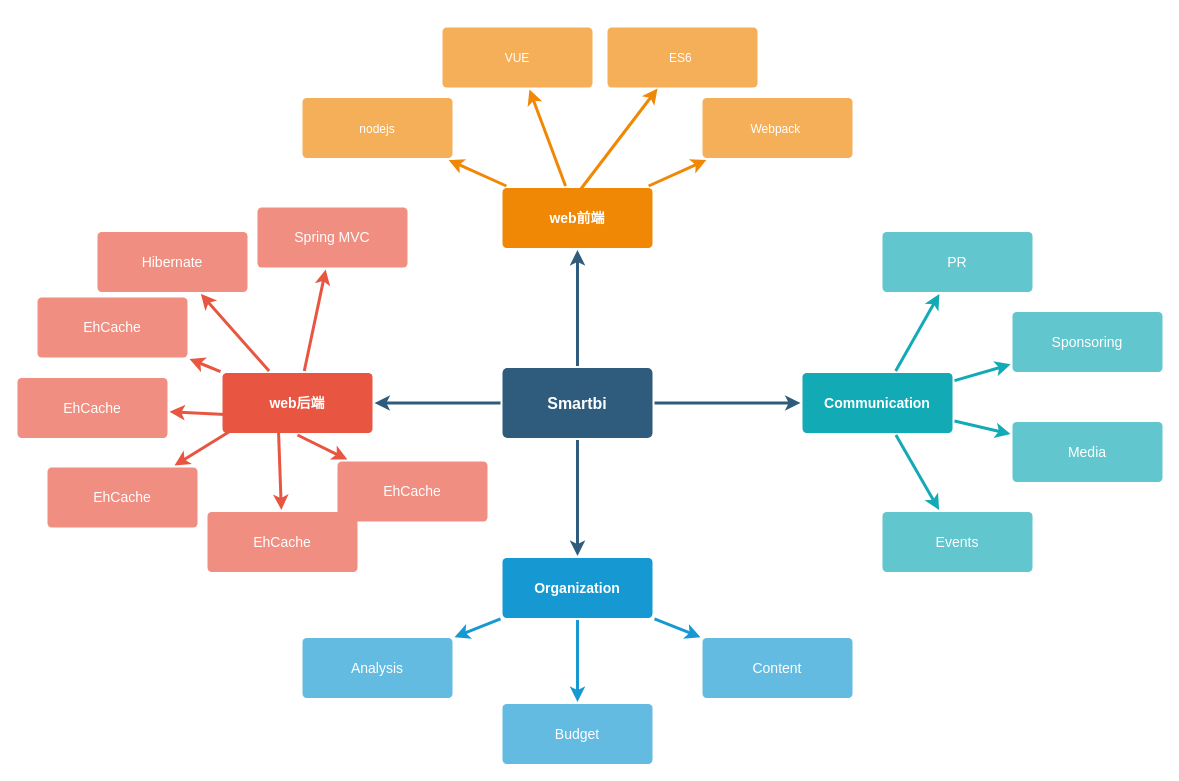
Earlier version of the draw.io diagram dir2/技术栈2.drawio (liangrui1988/diagrams). Source tidied: cells renumbered, new cells numbered last; positions are measured from the earlier drawing's top-left corner, leaving out a move shared by most shapes. Both pictures are drawn from the tidied source at 100%, with x=0, y=0 at pixel (17, 27).
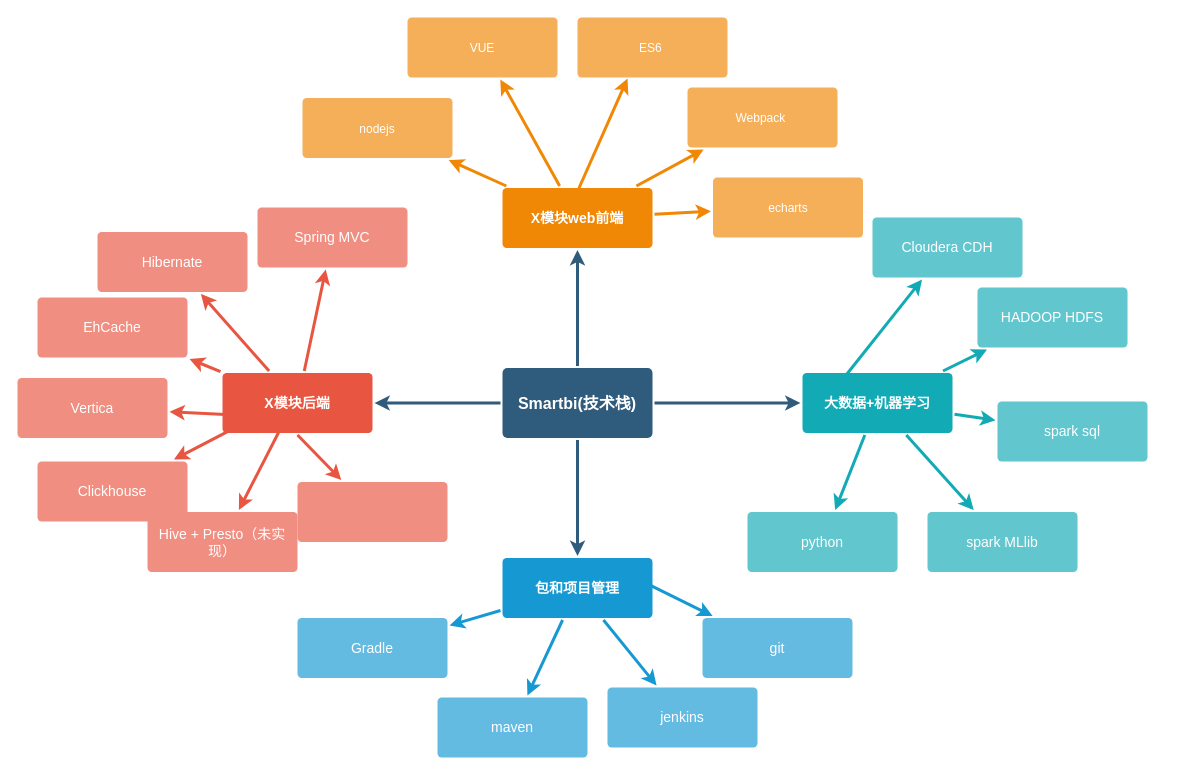
Above is the later version.

The edit, as a diff of the source:
```diff
@@
-    <mxCell id="6" value="Smartbi" style="rounded=1;whiteSpace=wrap;html=1;shadow=0;labelBackgroundColor=none;strokeColor=none;strokeWidth=3;fillColor=#2F5B7C;fontFamily=Helvetica;fontSize=16;fontColor=#FFFFFF;align=center;fontStyle=1;spacing=5;arcSize=7;perimeterSpacing=2;" parent="1" vertex="1">
+    <mxCell id="6" value="Smartbi(技术栈)" style="rounded=1;whiteSpace=wrap;html=1;shadow=0;labelBackgroundColor=none;strokeColor=none;strokeWidth=3;fillColor=#2F5B7C;fontFamily=Helvetica;fontSize=16;fontColor=#FFFFFF;align=center;fontStyle=1;spacing=5;arcSize=7;perimeterSpacing=2;" parent="1" vertex="1">
       <mxGeometry x="485" y="340.5" width="150" height="70" as="geometry" />
     </mxCell>
@@
-    <mxCell id="10" value="web后端" style="rounded=1;whiteSpace=wrap;html=1;shadow=0;labelBackgroundColor=none;strokeColor=none;strokeWidth=3;fillColor=#e85642;fontFamily=Helvetica;fontSize=14;fontColor=#FFFFFF;align=center;spacing=5;fontStyle=1;arcSize=7;perimeterSpacing=2;" parent="1" vertex="1">
+    <mxCell id="10" value="X模块后端" style="rounded=1;whiteSpace=wrap;html=1;shadow=0;labelBackgroundColor=none;strokeColor=none;strokeWidth=3;fillColor=#e85642;fontFamily=Helvetica;fontSize=14;fontColor=#FFFFFF;align=center;spacing=5;fontStyle=1;arcSize=7;perimeterSpacing=2;" parent="1" vertex="1">
       <mxGeometry x="205" y="345.5" width="150" height="60" as="geometry" />
     </mxCell>
@@
-    <mxCell id="17" value="Organization" style="rounded=1;whiteSpace=wrap;html=1;shadow=0;labelBackgroundColor=none;strokeColor=none;strokeWidth=3;fillColor=#1699d3;fontFamily=Helvetica;fontSize=14;fontColor=#FFFFFF;align=center;spacing=5;fontStyle=1;arcSize=7;perimeterSpacing=2;" parent="1" vertex="1">
+    <mxCell id="17" value="包和项目管理" style="rounded=1;whiteSpace=wrap;html=1;shadow=0;labelBackgroundColor=none;strokeColor=none;strokeWidth=3;fillColor=#1699d3;fontFamily=Helvetica;fontSize=14;fontColor=#FFFFFF;align=center;spacing=5;fontStyle=1;arcSize=7;perimeterSpacing=2;" parent="1" vertex="1">
       <mxGeometry x="485" y="530.5" width="150" height="60" as="geometry" />
     </mxCell>
-    <mxCell id="18" value="Content" style="rounded=1;whiteSpace=wrap;html=1;shadow=0;labelBackgroundColor=none;strokeColor=none;strokeWidth=3;fillColor=#64bbe2;fontFamily=Helvetica;fontSize=14;fontColor=#FFFFFF;align=center;spacing=5;arcSize=7;perimeterSpacing=2;" parent="1" vertex="1">
-      <mxGeometry x="685" y="610.5" width="150" height="60" as="geometry" />
+    <mxCell id="18" value="jenkins" style="rounded=1;whiteSpace=wrap;html=1;shadow=0;labelBackgroundColor=none;strokeColor=none;strokeWidth=3;fillColor=#64bbe2;fontFamily=Helvetica;fontSize=14;fontColor=#FFFFFF;align=center;spacing=5;arcSize=7;perimeterSpacing=2;" parent="1" vertex="1">
+      <mxGeometry x="590" y="660" width="150" height="60" as="geometry" />
     </mxCell>
-    <mxCell id="19" value="Budget" style="rounded=1;whiteSpace=wrap;html=1;shadow=0;labelBackgroundColor=none;strokeColor=none;strokeWidth=3;fillColor=#64bbe2;fontFamily=Helvetica;fontSize=14;fontColor=#FFFFFF;align=center;spacing=5;arcSize=7;perimeterSpacing=2;" parent="1" vertex="1">
-      <mxGeometry x="485" y="676.5" width="150" height="60" as="geometry" />
+    <mxCell id="19" value="maven" style="rounded=1;whiteSpace=wrap;html=1;shadow=0;labelBackgroundColor=none;strokeColor=none;strokeWidth=3;fillColor=#64bbe2;fontFamily=Helvetica;fontSize=14;fontColor=#FFFFFF;align=center;spacing=5;arcSize=7;perimeterSpacing=2;" parent="1" vertex="1">
+      <mxGeometry x="420" y="670" width="150" height="60" as="geometry" />
     </mxCell>
-    <mxCell id="20" value="Analysis" style="rounded=1;whiteSpace=wrap;html=1;shadow=0;labelBackgroundColor=none;strokeColor=none;strokeWidth=3;fillColor=#64bbe2;fontFamily=Helvetica;fontSize=14;fontColor=#FFFFFF;align=center;spacing=5;arcSize=7;perimeterSpacing=2;" parent="1" vertex="1">
-      <mxGeometry x="285" y="610.5" width="150" height="60" as="geometry" />
+    <mxCell id="20" value="Gradle" style="rounded=1;whiteSpace=wrap;html=1;shadow=0;labelBackgroundColor=none;strokeColor=none;strokeWidth=3;fillColor=#64bbe2;fontFamily=Helvetica;fontSize=14;fontColor=#FFFFFF;align=center;spacing=5;arcSize=7;perimeterSpacing=2;" parent="1" vertex="1">
+      <mxGeometry x="280" y="590.5" width="150" height="60" as="geometry" />
     </mxCell>
-    <mxCell id="21" value="web前端" style="rounded=1;whiteSpace=wrap;html=1;shadow=0;labelBackgroundColor=none;strokeColor=none;strokeWidth=3;fillColor=#F08705;fontFamily=Helvetica;fontSize=14;fontColor=#FFFFFF;align=center;spacing=5;fontStyle=1;arcSize=7;perimeterSpacing=2;" parent="1" vertex="1">
+    <mxCell id="21" value="X模块web前端" style="rounded=1;whiteSpace=wrap;html=1;shadow=0;labelBackgroundColor=none;strokeColor=none;strokeWidth=3;fillColor=#F08705;fontFamily=Helvetica;fontSize=14;fontColor=#FFFFFF;align=center;spacing=5;fontStyle=1;arcSize=7;perimeterSpacing=2;" parent="1" vertex="1">
       <mxGeometry x="485" y="160.5" width="150" height="60" as="geometry" />
     </mxCell>
     <mxCell id="22" value="&lt;span style=&quot;font-size: 12px&quot;&gt;Webpack&amp;nbsp;&lt;/span&gt;" style="rounded=1;whiteSpace=wrap;html=1;shadow=0;labelBackgroundColor=none;strokeColor=none;strokeWidth=3;fillColor=#f5af58;fontFamily=Helvetica;fontSize=14;fontColor=#FFFFFF;align=center;spacing=5;arcSize=7;perimeterSpacing=2;" parent="1" vertex="1">
-      <mxGeometry x="685" y="70.5" width="150" height="60" as="geometry" />
+      <mxGeometry x="670" y="60" width="150" height="60" as="geometry" />
     </mxCell>
@@
     <mxCell id="24" value="&lt;span style=&quot;font-size: 12px&quot;&gt;VUE&lt;/span&gt;" style="rounded=1;whiteSpace=wrap;html=1;shadow=0;labelBackgroundColor=none;strokeColor=none;strokeWidth=3;fillColor=#f5af58;fontFamily=Helvetica;fontSize=14;fontColor=#FFFFFF;align=center;spacing=5;arcSize=7;perimeterSpacing=2;" parent="1" vertex="1">
-      <mxGeometry x="425" width="150" height="60" as="geometry" />
+      <mxGeometry x="390" y="-10" width="150" height="60" as="geometry" />
     </mxCell>
@@
-    <mxCell id="28" value="Communication" style="rounded=1;whiteSpace=wrap;html=1;shadow=0;labelBackgroundColor=none;strokeColor=none;strokeWidth=3;fillColor=#12aab5;fontFamily=Helvetica;fontSize=14;fontColor=#FFFFFF;align=center;spacing=5;fontStyle=1;arcSize=7;perimeterSpacing=2;" parent="1" vertex="1">
+    <mxCell id="28" value="大数据+机器学习" style="rounded=1;whiteSpace=wrap;html=1;shadow=0;labelBackgroundColor=none;strokeColor=none;strokeWidth=3;fillColor=#12aab5;fontFamily=Helvetica;fontSize=14;fontColor=#FFFFFF;align=center;spacing=5;fontStyle=1;arcSize=7;perimeterSpacing=2;" parent="1" vertex="1">
       <mxGeometry x="785" y="345.5" width="150" height="60" as="geometry" />
     </mxCell>
-    <mxCell id="29" value="Events" style="rounded=1;whiteSpace=wrap;html=1;shadow=0;labelBackgroundColor=none;strokeColor=none;strokeWidth=3;fillColor=#61c6ce;fontFamily=Helvetica;fontSize=14;fontColor=#FFFFFF;align=center;spacing=5;fontStyle=0;arcSize=7;perimeterSpacing=2;" parent="1" vertex="1">
-      <mxGeometry x="865" y="484.5" width="150" height="60" as="geometry" />
+    <mxCell id="29" value="python" style="rounded=1;whiteSpace=wrap;html=1;shadow=0;labelBackgroundColor=none;strokeColor=none;strokeWidth=3;fillColor=#61c6ce;fontFamily=Helvetica;fontSize=14;fontColor=#FFFFFF;align=center;spacing=5;fontStyle=0;arcSize=7;perimeterSpacing=2;" parent="1" vertex="1">
+      <mxGeometry x="730" y="484.5" width="150" height="60" as="geometry" />
     </mxCell>
@@
-    <mxCell id="31" value="Media" style="rounded=1;whiteSpace=wrap;html=1;shadow=0;labelBackgroundColor=none;strokeColor=none;strokeWidth=3;fillColor=#61c6ce;fontFamily=Helvetica;fontSize=14;fontColor=#FFFFFF;align=center;spacing=5;fontStyle=0;arcSize=7;perimeterSpacing=2;" parent="1" vertex="1">
-      <mxGeometry x="995" y="394.5" width="150" height="60" as="geometry" />
+    <mxCell id="31" value="spark MLlib" style="rounded=1;whiteSpace=wrap;html=1;shadow=0;labelBackgroundColor=none;strokeColor=none;strokeWidth=3;fillColor=#61c6ce;fontFamily=Helvetica;fontSize=14;fontColor=#FFFFFF;align=center;spacing=5;fontStyle=0;arcSize=7;perimeterSpacing=2;" parent="1" vertex="1">
+      <mxGeometry x="910" y="484.5" width="150" height="60" as="geometry" />
     </mxCell>
@@
-    <mxCell id="33" value="Sponsoring" style="rounded=1;whiteSpace=wrap;html=1;shadow=0;labelBackgroundColor=none;strokeColor=none;strokeWidth=3;fillColor=#61c6ce;fontFamily=Helvetica;fontSize=14;fontColor=#FFFFFF;align=center;spacing=5;fontStyle=0;arcSize=7;perimeterSpacing=2;" parent="1" vertex="1">
-      <mxGeometry x="995" y="284.5" width="150" height="60" as="geometry" />
+    <mxCell id="33" value="spark sql" style="rounded=1;whiteSpace=wrap;html=1;shadow=0;labelBackgroundColor=none;strokeColor=none;strokeWidth=3;fillColor=#61c6ce;fontFamily=Helvetica;fontSize=14;fontColor=#FFFFFF;align=center;spacing=5;fontStyle=0;arcSize=7;perimeterSpacing=2;" parent="1" vertex="1">
+      <mxGeometry x="980" y="374" width="150" height="60" as="geometry" />
     </mxCell>
@@
-    <mxCell id="35" value="PR" style="rounded=1;whiteSpace=wrap;html=1;shadow=0;labelBackgroundColor=none;strokeColor=none;strokeWidth=3;fillColor=#61c6ce;fontFamily=Helvetica;fontSize=14;fontColor=#FFFFFF;align=center;spacing=5;fontStyle=0;arcSize=7;perimeterSpacing=2;" parent="1" vertex="1">
-      <mxGeometry x="865" y="204.5" width="150" height="60" as="geometry" />
+    <mxCell id="35" value="HADOOP HDFS" style="rounded=1;whiteSpace=wrap;html=1;shadow=0;labelBackgroundColor=none;strokeColor=none;strokeWidth=3;fillColor=#61c6ce;fontFamily=Helvetica;fontSize=14;fontColor=#FFFFFF;align=center;spacing=5;fontStyle=0;arcSize=7;perimeterSpacing=2;" parent="1" vertex="1">
+      <mxGeometry x="960" y="260" width="150" height="60" as="geometry" />
     </mxCell>
@@
     <mxCell id="37" value="&lt;span style=&quot;font-size: 12px&quot;&gt;ES6&amp;nbsp;&lt;/span&gt;" style="rounded=1;whiteSpace=wrap;html=1;shadow=0;labelBackgroundColor=none;strokeColor=none;strokeWidth=3;fillColor=#f5af58;fontFamily=Helvetica;fontSize=14;fontColor=#FFFFFF;align=center;spacing=5;arcSize=7;perimeterSpacing=2;" parent="1" vertex="1">
-      <mxGeometry x="590" width="150" height="60" as="geometry" />
+      <mxGeometry x="560" y="-10" width="150" height="60" as="geometry" />
     </mxCell>
@@
-    <mxCell id="40" value="EhCache" style="rounded=1;whiteSpace=wrap;html=1;shadow=0;labelBackgroundColor=none;strokeColor=none;strokeWidth=3;fillColor=#f08e81;fontFamily=Helvetica;fontSize=14;fontColor=#FFFFFF;align=center;spacing=5;fontStyle=0;arcSize=7;perimeterSpacing=2;" parent="1" vertex="1">
-      <mxGeometry x="320" y="434" width="150" height="60" as="geometry" />
+    <mxCell id="40" style="rounded=1;whiteSpace=wrap;html=1;shadow=0;labelBackgroundColor=none;strokeColor=none;strokeWidth=3;fillColor=#f08e81;fontFamily=Helvetica;fontSize=14;fontColor=#FFFFFF;align=center;spacing=5;fontStyle=0;arcSize=7;perimeterSpacing=2;" parent="1" vertex="1">
+      <mxGeometry x="280" y="454.5" width="150" height="60" as="geometry" />
     </mxCell>
@@
-    <mxCell id="42" value="EhCache" style="rounded=1;whiteSpace=wrap;html=1;shadow=0;labelBackgroundColor=none;strokeColor=none;strokeWidth=3;fillColor=#f08e81;fontFamily=Helvetica;fontSize=14;fontColor=#FFFFFF;align=center;spacing=5;fontStyle=0;arcSize=7;perimeterSpacing=2;" parent="1" vertex="1">
+    <mxCell id="42" value="Vertica" style="rounded=1;whiteSpace=wrap;html=1;shadow=0;labelBackgroundColor=none;strokeColor=none;strokeWidth=3;fillColor=#f08e81;fontFamily=Helvetica;fontSize=14;fontColor=#FFFFFF;align=center;spacing=5;fontStyle=0;arcSize=7;perimeterSpacing=2;" parent="1" vertex="1">
       <mxGeometry y="350.5" width="150" height="60" as="geometry" />
     </mxCell>
@@
-    <mxCell id="44" value="EhCache" style="rounded=1;whiteSpace=wrap;html=1;shadow=0;labelBackgroundColor=none;strokeColor=none;strokeWidth=3;fillColor=#f08e81;fontFamily=Helvetica;fontSize=14;fontColor=#FFFFFF;align=center;spacing=5;fontStyle=0;arcSize=7;perimeterSpacing=2;" parent="1" vertex="1">
-      <mxGeometry x="30" y="440" width="150" height="60" as="geometry" />
+    <mxCell id="44" value="Clickhouse" style="rounded=1;whiteSpace=wrap;html=1;shadow=0;labelBackgroundColor=none;strokeColor=none;strokeWidth=3;fillColor=#f08e81;fontFamily=Helvetica;fontSize=14;fontColor=#FFFFFF;align=center;spacing=5;fontStyle=0;arcSize=7;perimeterSpacing=2;" parent="1" vertex="1">
+      <mxGeometry x="20" y="434" width="150" height="60" as="geometry" />
     </mxCell>
@@
-    <mxCell id="46" value="EhCache" style="rounded=1;whiteSpace=wrap;html=1;shadow=0;labelBackgroundColor=none;strokeColor=none;strokeWidth=3;fillColor=#f08e81;fontFamily=Helvetica;fontSize=14;fontColor=#FFFFFF;align=center;spacing=5;fontStyle=0;arcSize=7;perimeterSpacing=2;" parent="1" vertex="1">
-      <mxGeometry x="190" y="484.5" width="150" height="60" as="geometry" />
+    <mxCell id="46" value="Hive + Presto（未实现）" style="rounded=1;whiteSpace=wrap;html=1;shadow=0;labelBackgroundColor=none;strokeColor=none;strokeWidth=3;fillColor=#f08e81;fontFamily=Helvetica;fontSize=14;fontColor=#FFFFFF;align=center;spacing=5;fontStyle=0;arcSize=7;perimeterSpacing=2;" parent="1" vertex="1">
+      <mxGeometry x="130" y="484.5" width="150" height="60" as="geometry" />
     </mxCell>
+    <mxCell id="47" style="edgeStyle=none;rounded=0;jumpStyle=none;html=1;shadow=0;labelBackgroundColor=none;startArrow=none;startFill=0;endArrow=classic;endFill=1;jettySize=auto;strokeColor=#1699D3;strokeWidth=3;fontFamily=Helvetica;fontSize=14;fontColor=#FFFFFF;spacing=5;" parent="1" edge="1" target="48">
+      <mxGeometry relative="1" as="geometry">
+        <mxPoint x="630.9" y="556.8" as="sourcePoint" />
+      </mxGeometry>
+    </mxCell>
+    <mxCell id="48" value="git" style="rounded=1;whiteSpace=wrap;html=1;shadow=0;labelBackgroundColor=none;strokeColor=none;strokeWidth=3;fillColor=#64bbe2;fontFamily=Helvetica;fontSize=14;fontColor=#FFFFFF;align=center;spacing=5;arcSize=7;perimeterSpacing=2;" parent="1" vertex="1">
+      <mxGeometry x="685" y="590.5" width="150" height="60" as="geometry" />
+    </mxCell>
+    <mxCell id="49" value="&lt;span style=&quot;font-size: 12px&quot;&gt;echarts&lt;/span&gt;" style="rounded=1;whiteSpace=wrap;html=1;shadow=0;labelBackgroundColor=none;strokeColor=none;strokeWidth=3;fillColor=#f5af58;fontFamily=Helvetica;fontSize=14;fontColor=#FFFFFF;align=center;spacing=5;arcSize=7;perimeterSpacing=2;" parent="1" vertex="1">
+      <mxGeometry x="695.5" y="150" width="150" height="60" as="geometry" />
+    </mxCell>
+    <mxCell id="50" style="edgeStyle=none;rounded=0;jumpStyle=none;html=1;shadow=0;labelBackgroundColor=none;startArrow=none;startFill=0;endArrow=classic;endFill=1;jettySize=auto;strokeColor=#F08705;strokeWidth=3;fontFamily=Helvetica;fontSize=14;fontColor=#FFFFFF;spacing=5;" parent="1" edge="1" source="21" target="49">
+      <mxGeometry relative="1" as="geometry" />
+    </mxCell>
+    <mxCell id="51" value="Cloudera CDH" style="rounded=1;whiteSpace=wrap;html=1;shadow=0;labelBackgroundColor=none;strokeColor=none;strokeWidth=3;fillColor=#61c6ce;fontFamily=Helvetica;fontSize=14;fontColor=#FFFFFF;align=center;spacing=5;fontStyle=0;arcSize=7;perimeterSpacing=2;" parent="1" vertex="1">
+      <mxGeometry x="855" y="190" width="150" height="60" as="geometry" />
+    </mxCell>
+    <mxCell id="52" style="edgeStyle=none;rounded=1;jumpStyle=none;html=1;shadow=0;labelBackgroundColor=none;startArrow=none;startFill=0;jettySize=auto;strokeColor=#12AAB5;strokeWidth=3;fontFamily=Helvetica;fontSize=14;fontColor=#FFFFFF;spacing=5;fontStyle=1;fillColor=#b0e3e6;exitX=0.299;exitY=0.055;exitDx=0;exitDy=0;exitPerimeter=0;" parent="1" edge="1" source="28" target="51">
+      <mxGeometry relative="1" as="geometry" />
+    </mxCell>
```
